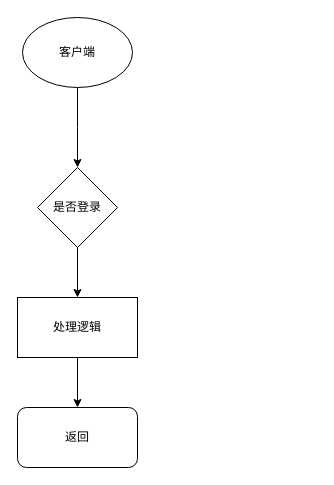
Earlier version of the draw.io diagram first Diagram.drawio (kojon/draw). Source tidied: cells renumbered, new cells numbered last; positions are measured from the earlier drawing's top-left corner, leaving out a move shared by most shapes. Both pictures are drawn from the tidied source at 100%, with x=0, y=0 at pixel (17, 17).
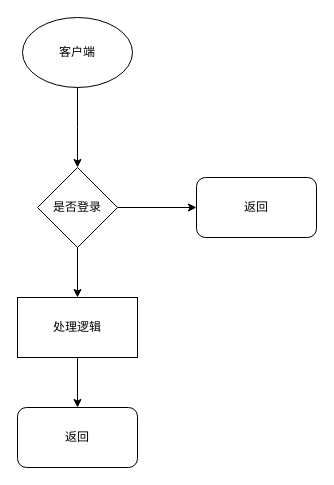
After the change.

Change to the diagram source:
```diff
@@
 <mxGraphModel>
   <root>
     <mxCell id="0" />
     <mxCell id="1" parent="0" />
     <mxCell id="2" style="edgeStyle=orthogonalEdgeStyle;rounded=0;jettySize=auto;html=1;" parent="1" edge="1" source="3">
       <mxGeometry relative="1" as="geometry">
         <mxPoint x="60" y="150" as="targetPoint" />
       </mxGeometry>
     </mxCell>
     <mxCell id="3" value="客户端" style="ellipse;whiteSpace=wrap;html=1;" parent="1" vertex="1">
       <mxGeometry x="5" width="110" height="70" as="geometry" />
     </mxCell>
     <mxCell id="4" style="edgeStyle=orthogonalEdgeStyle;rounded=0;jettySize=auto;html=1;exitX=0.5;exitY=1;exitDx=0;exitDy=0;entryX=0.5;entryY=0;entryDx=0;entryDy=0;" parent="1" edge="1" source="5" target="7">
       <mxGeometry relative="1" as="geometry" />
     </mxCell>
+    <mxCell id="9" style="edgeStyle=orthogonalEdgeStyle;rounded=0;jettySize=auto;html=1;exitX=1;exitY=0.5;exitDx=0;exitDy=0;" parent="1" edge="1" source="5" target="10">
+      <mxGeometry relative="1" as="geometry" />
+    </mxCell>
     <mxCell id="5" value="是否登录" style="rhombus;whiteSpace=wrap;html=1;" parent="1" vertex="1">
       <mxGeometry x="20" y="150" width="80" height="80" as="geometry" />
     </mxCell>
     <mxCell id="6" style="edgeStyle=orthogonalEdgeStyle;rounded=0;jettySize=auto;html=1;exitX=0.5;exitY=1;exitDx=0;exitDy=0;entryX=0.5;entryY=0;entryDx=0;entryDy=0;" parent="1" edge="1" source="7" target="8">
       <mxGeometry relative="1" as="geometry" />
     </mxCell>
     <mxCell id="7" value="处理逻辑" style="rounded=0;whiteSpace=wrap;html=1;" parent="1" vertex="1">
       <mxGeometry y="280" width="120" height="60" as="geometry" />
     </mxCell>
     <mxCell id="8" value="返回" style="rounded=1;whiteSpace=wrap;html=1;" parent="1" vertex="1">
       <mxGeometry y="390" width="120" height="60" as="geometry" />
     </mxCell>
+    <mxCell id="10" value="返回" style="rounded=1;whiteSpace=wrap;html=1;" parent="1" vertex="1">
+      <mxGeometry x="179" y="160" width="120" height="60" as="geometry" />
+    </mxCell>
   </root>
 </mxGraphModel>
```
